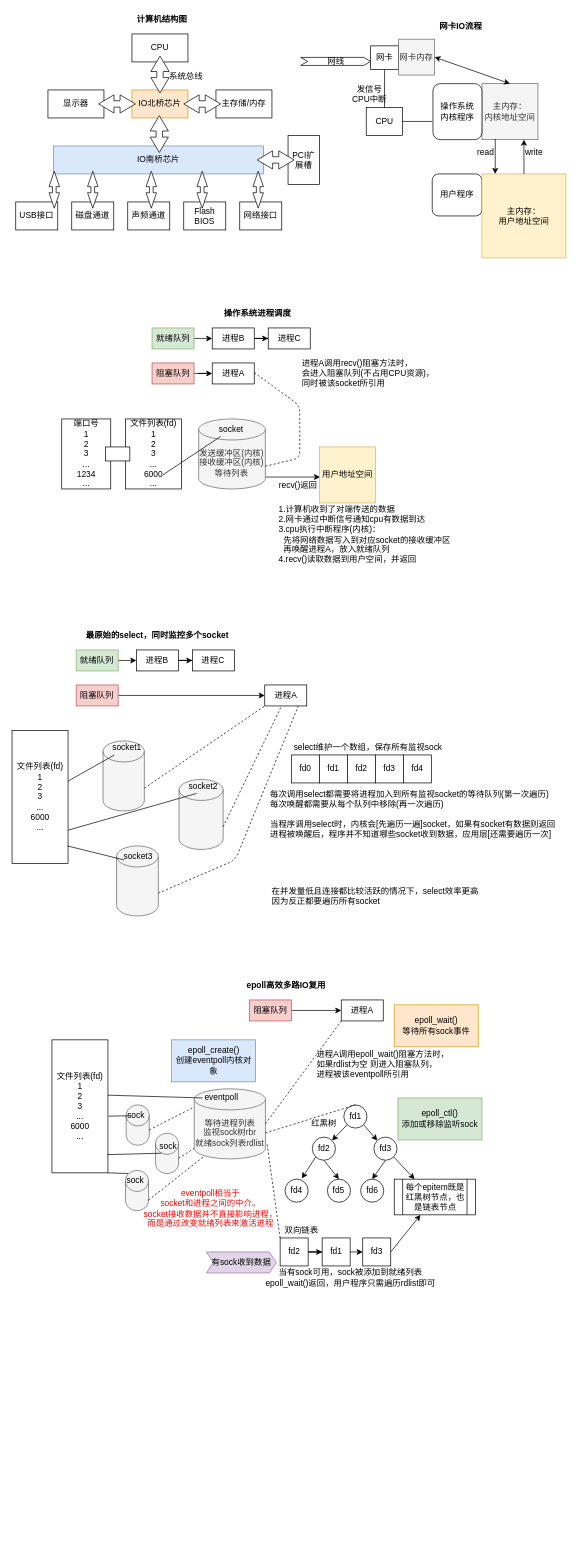
Earlier version of the draw.io diagram epoll.drawio (xuelei20/drawio). Source tidied: cells renumbered, new cells numbered last; positions are measured from the earlier drawing's top-left corner, leaving out a move shared by most shapes. Both pictures are drawn from the tidied source at 70%, with x=0, y=0 at pixel (12, 12).
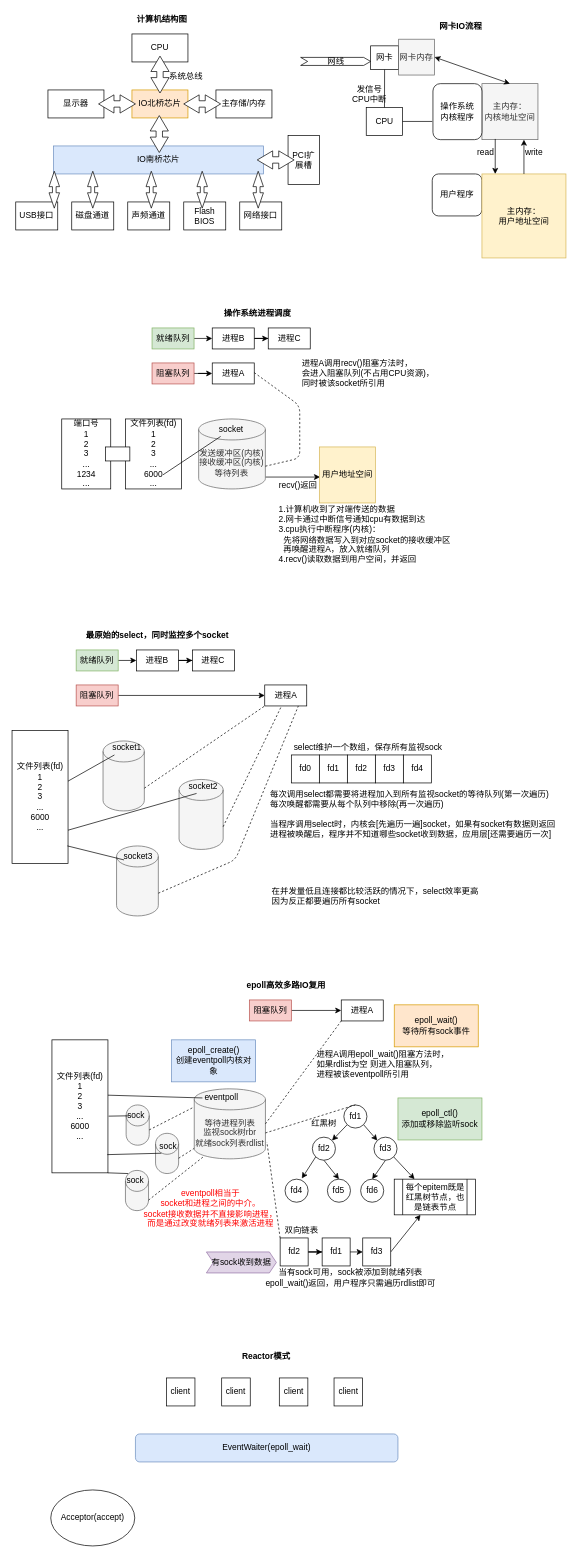
After the change.

What changed in the source:
```diff
@@
+    <mxCell id="144" value="Reactor模式" style="text;html=1;strokeColor=none;fillColor=none;align=center;verticalAlign=middle;whiteSpace=wrap;rounded=0;fontStyle=1;" parent="1" vertex="1">
+      <mxGeometry x="327.3" y="1911" width="72.3" height="20" as="geometry" />
+    </mxCell>
+    <mxCell id="145" value="client" style="rounded=0;whiteSpace=wrap;html=1;" parent="1" vertex="1">
+      <mxGeometry x="220.2" y="1951" width="40.8" height="40" as="geometry" />
+    </mxCell>
+    <mxCell id="146" value="client" style="rounded=0;whiteSpace=wrap;html=1;" parent="1" vertex="1">
+      <mxGeometry x="299.2" y="1951" width="40.8" height="40" as="geometry" />
+    </mxCell>
+    <mxCell id="147" value="client" style="rounded=0;whiteSpace=wrap;html=1;" parent="1" vertex="1">
+      <mxGeometry x="381.5" y="1951" width="40.8" height="40" as="geometry" />
+    </mxCell>
+    <mxCell id="148" value="client" style="rounded=0;whiteSpace=wrap;html=1;" parent="1" vertex="1">
+      <mxGeometry x="459.7" y="1951" width="40.8" height="40" as="geometry" />
+    </mxCell>
+    <mxCell id="149" value="EventWaiter(epoll_wait)" style="rounded=1;whiteSpace=wrap;html=1;fillColor=#dae8fc;strokeColor=#6c8ebf;" parent="1" vertex="1">
+      <mxGeometry x="176" y="2031" width="375" height="40" as="geometry" />
+    </mxCell>
+    <mxCell id="150" value="Acceptor(accept)" style="ellipse;whiteSpace=wrap;html=1;" parent="1" vertex="1">
+      <mxGeometry x="55" y="2111" width="120" height="80" as="geometry" />
+    </mxCell>
```
